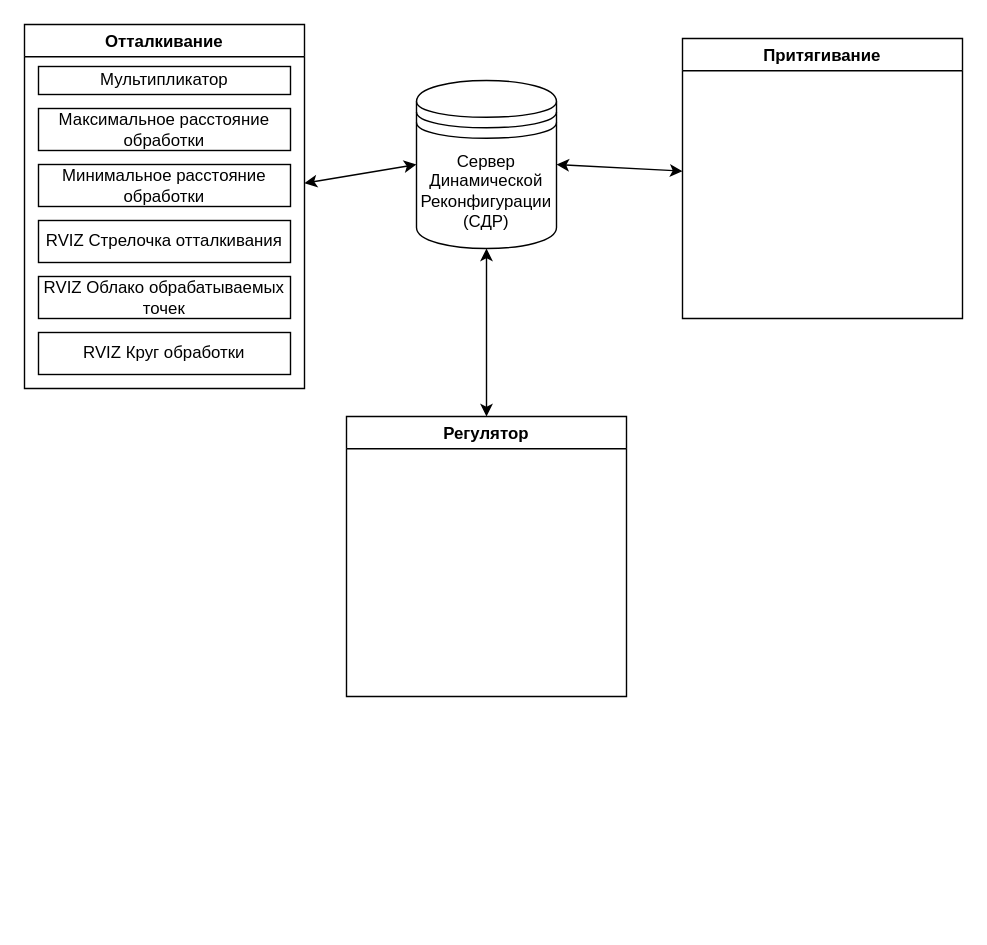
Above: src/apf_la/info/list_of_parameters.drawio in Yyote/workbench_ws (draw.io), before the change. Source tidied: cells renumbered, new cells numbered last; positions are measured from the earlier drawing's top-left corner, leaving out a move shared by most shapes. Both pictures are drawn from the tidied source at 140%, with x=0, y=0 at pixel (24, 24).
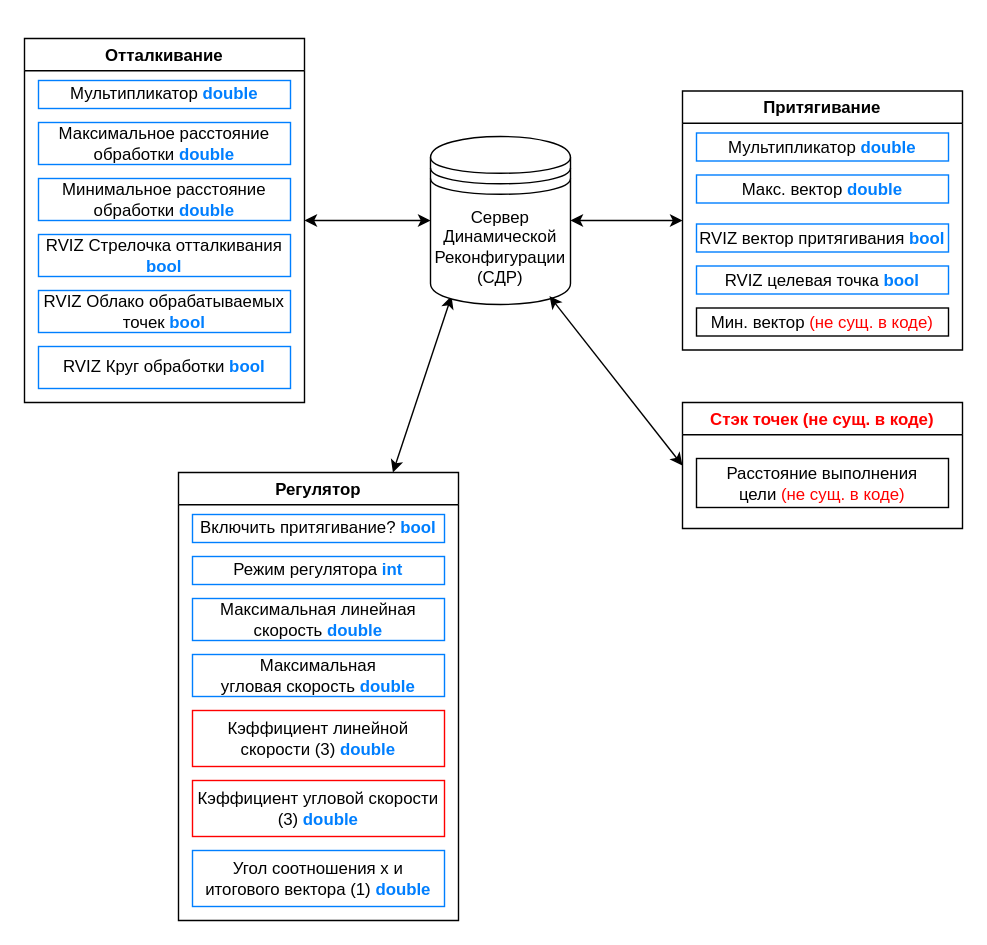
Above is the later version.

Commit message (it also covers changes not shown here):
Finished reconfigure server

The edit, as a diff of the source:
```diff
@@
     <mxCell id="3" value="Отталкивание" style="swimlane;" parent="1" vertex="1">
-      <mxGeometry width="200" height="260" as="geometry" />
+      <mxGeometry y="10" width="200" height="260" as="geometry" />
     </mxCell>
-    <mxCell id="4" value="Мультипликатор" style="whiteSpace=wrap;html=1;" parent="3" vertex="1">
+    <mxCell id="4" value="Мультипликатор &lt;b&gt;&lt;font color=&quot;#007fff&quot;&gt;double&lt;/font&gt;&lt;/b&gt;" style="whiteSpace=wrap;html=1;strokeColor=#007FFF;" parent="3" vertex="1">
       <mxGeometry x="10" y="30" width="180" height="20" as="geometry" />
     </mxCell>
-    <mxCell id="5" value="Максимальное расстояние обработки" style="whiteSpace=wrap;html=1;" parent="3" vertex="1">
+    <mxCell id="5" value="Максимальное расстояние обработки&amp;nbsp;&lt;b&gt;&lt;font color=&quot;#007fff&quot;&gt;double&lt;/font&gt;&lt;/b&gt;" style="whiteSpace=wrap;html=1;strokeColor=#007FFF;" parent="3" vertex="1">
       <mxGeometry x="10" y="60" width="180" height="30" as="geometry" />
     </mxCell>
-    <mxCell id="6" value="Минимальное расстояние обработки" style="whiteSpace=wrap;html=1;" parent="3" vertex="1">
+    <mxCell id="6" value="Минимальное расстояние обработки&amp;nbsp;&lt;b&gt;&lt;font color=&quot;#007fff&quot;&gt;double&lt;/font&gt;&lt;/b&gt;" style="whiteSpace=wrap;html=1;strokeColor=#007FFF;" parent="3" vertex="1">
       <mxGeometry x="10" y="100" width="180" height="30" as="geometry" />
     </mxCell>
-    <mxCell id="7" value="RVIZ Стрелочка отталкивания" style="whiteSpace=wrap;html=1;" parent="3" vertex="1">
+    <mxCell id="7" value="RVIZ Стрелочка отталкивания &lt;font color=&quot;#007fff&quot;&gt;&lt;b&gt;bool&lt;/b&gt;&lt;/font&gt;" style="whiteSpace=wrap;html=1;strokeColor=#007FFF;" parent="3" vertex="1">
       <mxGeometry x="10" y="140" width="180" height="30" as="geometry" />
     </mxCell>
-    <mxCell id="8" value="RVIZ Облако обрабатываемых точек" style="whiteSpace=wrap;html=1;" parent="3" vertex="1">
+    <mxCell id="8" value="RVIZ Облако обрабатываемых точек&amp;nbsp;&lt;b style=&quot;color: rgb(0 , 127 , 255)&quot;&gt;bool&lt;/b&gt;" style="whiteSpace=wrap;html=1;strokeColor=#007FFF;" parent="3" vertex="1">
       <mxGeometry x="10" y="180" width="180" height="30" as="geometry" />
     </mxCell>
-    <mxCell id="9" value="RVIZ Круг обработки" style="whiteSpace=wrap;html=1;" parent="3" vertex="1">
+    <mxCell id="9" value="RVIZ Круг обработки&amp;nbsp;&lt;b style=&quot;color: rgb(0 , 127 , 255)&quot;&gt;bool&lt;/b&gt;" style="whiteSpace=wrap;html=1;strokeColor=#007FFF;" parent="3" vertex="1">
       <mxGeometry x="10" y="220" width="180" height="30" as="geometry" />
     </mxCell>
-    <mxCell id="10" style="edgeStyle=none;html=1;entryX=1;entryY=0.5;entryDx=0;entryDy=0;startArrow=classic;startFill=1;" parent="1" edge="1" source="11" target="14">
+    <mxCell id="10" style="edgeStyle=none;html=1;entryX=1;entryY=0.5;entryDx=0;entryDy=0;startArrow=classic;startFill=1;exitX=0;exitY=0.5;exitDx=0;exitDy=0;" parent="1" edge="1" source="11" target="14">
       <mxGeometry relative="1" as="geometry" />
     </mxCell>
     <mxCell id="11" value="Притягивание" style="swimlane;" parent="1" vertex="1">
-      <mxGeometry x="470" y="10" width="200" height="200" as="geometry" />
+      <mxGeometry x="470" y="47.5" width="200" height="185" as="geometry" />
     </mxCell>
+    <mxCell id="15" value="Мультипликатор&amp;nbsp;&lt;b&gt;&lt;font color=&quot;#007fff&quot;&gt;double&lt;/font&gt;&lt;/b&gt;" style="whiteSpace=wrap;html=1;strokeColor=#007FFF;" parent="11" vertex="1">
+      <mxGeometry x="10" y="30" width="180" height="20" as="geometry" />
+    </mxCell>
+    <mxCell id="16" value="Макс. вектор&amp;nbsp;&lt;b&gt;&lt;font color=&quot;#007fff&quot;&gt;double&lt;/font&gt;&lt;/b&gt;" style="whiteSpace=wrap;html=1;strokeColor=#007FFF;" parent="11" vertex="1">
+      <mxGeometry x="10" y="60" width="180" height="20" as="geometry" />
+    </mxCell>
+    <mxCell id="17" value="Мин. вектор &lt;font color=&quot;#ff0000&quot;&gt;(не сущ. в коде)&lt;/font&gt;" style="whiteSpace=wrap;html=1;" parent="11" vertex="1">
+      <mxGeometry x="10" y="155" width="180" height="20" as="geometry" />
+    </mxCell>
+    <mxCell id="18" value="RVIZ целевая точка&amp;nbsp;&lt;b style=&quot;color: rgb(0 , 127 , 255)&quot;&gt;bool&lt;/b&gt;" style="whiteSpace=wrap;html=1;strokeColor=#007FFF;" parent="11" vertex="1">
+      <mxGeometry x="10" y="125" width="180" height="20" as="geometry" />
+    </mxCell>
+    <mxCell id="19" value="RVIZ вектор притягивания&amp;nbsp;&lt;b style=&quot;color: rgb(0 , 127 , 255)&quot;&gt;bool&lt;/b&gt;" style="whiteSpace=wrap;html=1;strokeColor=#007FFF;" parent="11" vertex="1">
+      <mxGeometry x="10" y="95" width="180" height="20" as="geometry" />
+    </mxCell>
-    <mxCell id="12" style="edgeStyle=none;html=1;entryX=0.5;entryY=1;entryDx=0;entryDy=0;startArrow=classic;startFill=1;" parent="1" edge="1" source="13" target="14">
+    <mxCell id="12" style="edgeStyle=none;html=1;entryX=0.15;entryY=0.95;entryDx=0;entryDy=0;startArrow=classic;startFill=1;entryPerimeter=0;" parent="1" edge="1" source="13" target="14">
       <mxGeometry relative="1" as="geometry" />
     </mxCell>
     <mxCell id="13" value="Регулятор" style="swimlane;" parent="1" vertex="1">
-      <mxGeometry x="230" y="280" width="200" height="200" as="geometry" />
+      <mxGeometry x="110" y="320" width="200" height="320" as="geometry" />
     </mxCell>
+    <mxCell id="20" value="Bключить притягивание?&amp;nbsp;&lt;b style=&quot;color: rgb(0 , 127 , 255)&quot;&gt;bool&lt;/b&gt;" style="whiteSpace=wrap;html=1;strokeColor=#007FFF;" parent="13" vertex="1">
+      <mxGeometry x="10" y="30" width="180" height="20" as="geometry" />
+    </mxCell>
+    <mxCell id="21" value="Режим регулятора &lt;font color=&quot;#007fff&quot;&gt;&lt;b&gt;int&lt;/b&gt;&lt;/font&gt;" style="whiteSpace=wrap;html=1;strokeColor=#007FFF;" parent="13" vertex="1">
+      <mxGeometry x="10" y="60" width="180" height="20" as="geometry" />
+    </mxCell>
+    <mxCell id="22" value="Угол соотношения х и итогового вектора (1)&amp;nbsp;&lt;b&gt;&lt;font color=&quot;#007fff&quot;&gt;double&lt;/font&gt;&lt;/b&gt;" style="whiteSpace=wrap;html=1;strokeColor=#007FFF;" parent="13" vertex="1">
+      <mxGeometry x="10" y="270" width="180" height="40" as="geometry" />
+    </mxCell>
+    <mxCell id="23" value="Максимальная линейная скорость&amp;nbsp;&lt;b&gt;&lt;font color=&quot;#007fff&quot;&gt;double&lt;/font&gt;&lt;/b&gt;" style="whiteSpace=wrap;html=1;strokeColor=#007FFF;" parent="13" vertex="1">
+      <mxGeometry x="10" y="90" width="180" height="30" as="geometry" />
+    </mxCell>
+    <mxCell id="24" value="Кэффициент линейной скорости (3)&amp;nbsp;&lt;b&gt;&lt;font color=&quot;#007fff&quot;&gt;double&lt;/font&gt;&lt;/b&gt;" style="whiteSpace=wrap;html=1;strokeColor=#FF0000;" parent="13" vertex="1">
+      <mxGeometry x="10" y="170" width="180" height="40" as="geometry" />
+    </mxCell>
+    <mxCell id="25" value="Кэффициент угловой скорости (3)&amp;nbsp;&lt;b&gt;&lt;font color=&quot;#007fff&quot;&gt;double&lt;/font&gt;&lt;/b&gt;" style="whiteSpace=wrap;html=1;strokeColor=#FF0000;" parent="13" vertex="1">
+      <mxGeometry x="10" y="220" width="180" height="40" as="geometry" />
+    </mxCell>
+    <mxCell id="26" value="Максимальная угловая&amp;nbsp;скорость&amp;nbsp;&lt;b&gt;&lt;font color=&quot;#007fff&quot;&gt;double&lt;/font&gt;&lt;/b&gt;" style="whiteSpace=wrap;html=1;strokeColor=#007FFF;" parent="13" vertex="1">
+      <mxGeometry x="10" y="130" width="180" height="30" as="geometry" />
+    </mxCell>
     <mxCell id="14" value="Сервер Динамической Реконфигурации&lt;br&gt;(СДР)" style="shape=datastore;whiteSpace=wrap;html=1;" parent="1" vertex="1">
-      <mxGeometry x="280" y="40" width="100" height="120" as="geometry" />
+      <mxGeometry x="290" y="80" width="100" height="120" as="geometry" />
     </mxCell>
+    <mxCell id="27" value="Стэк точек (не сущ. в коде)" style="swimlane;fontStyle=1;fontColor=#FF0000;" parent="1" vertex="1">
+      <mxGeometry x="470" y="270" width="200" height="90" as="geometry" />
+    </mxCell>
+    <mxCell id="28" value="Расстояние выполнения цели&amp;nbsp;&lt;font color=&quot;#ff0000&quot;&gt;(не сущ. в коде)&lt;/font&gt;" style="whiteSpace=wrap;html=1;" parent="27" vertex="1">
+      <mxGeometry x="10" y="40" width="180" height="35" as="geometry" />
+    </mxCell>
+    <mxCell id="29" style="edgeStyle=none;html=1;entryX=0.85;entryY=0.95;entryDx=0;entryDy=0;startArrow=classic;startFill=1;entryPerimeter=0;exitX=0;exitY=0.5;exitDx=0;exitDy=0;" parent="1" edge="1" source="27" target="14">
+      <mxGeometry relative="1" as="geometry" />
+    </mxCell>
```
